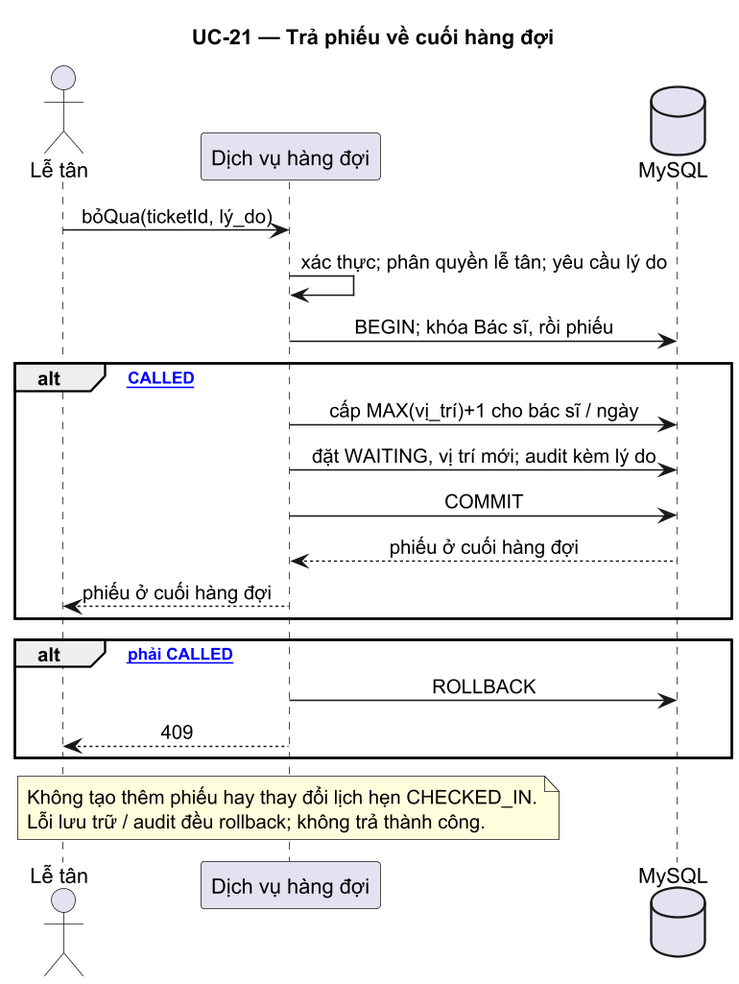
Samie32/SE-project keeps this PlantUML diagram as docs/design/sequence-diagrams/skip-ticket.png. Above is the earlier version.
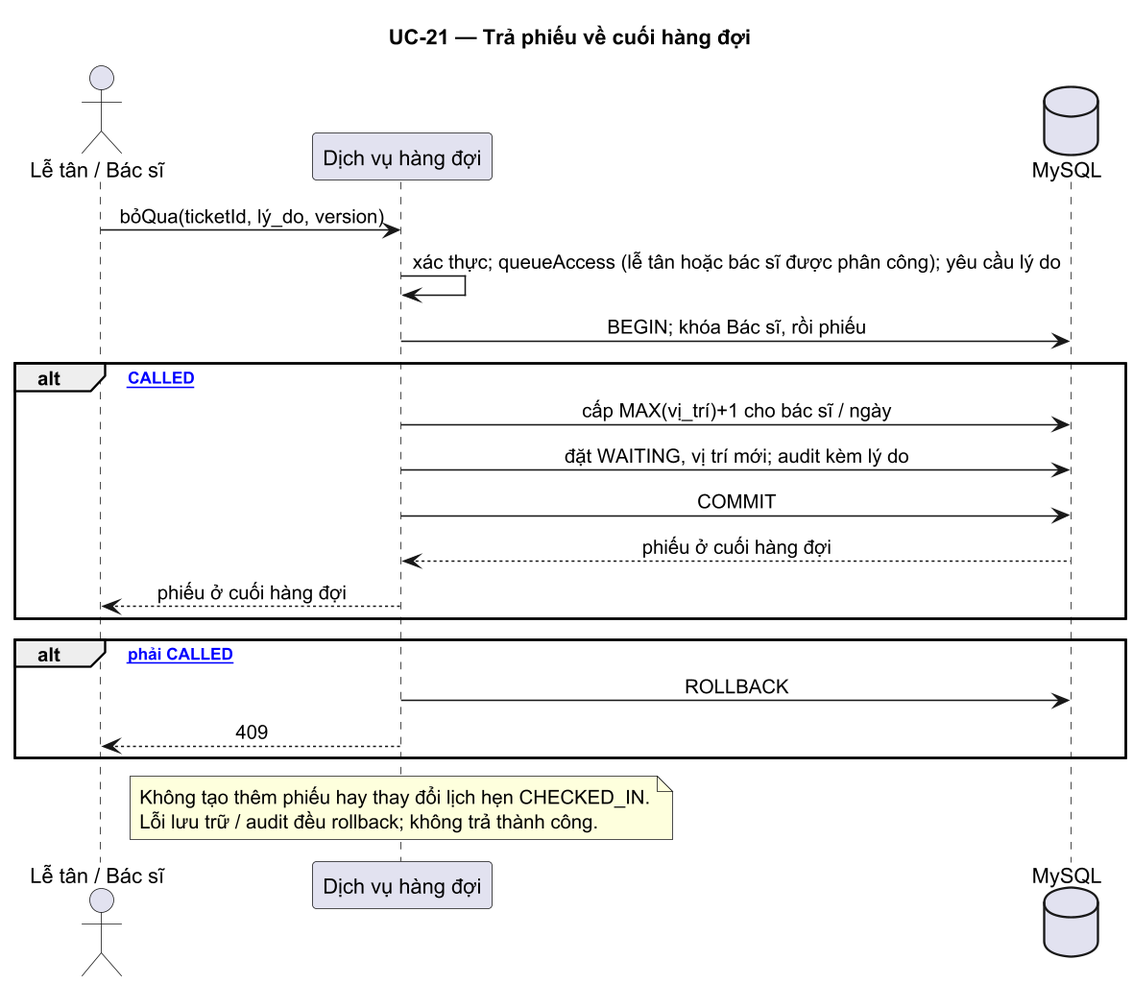
Above is the later version.

What changed in the source:
```diff
@@ -7,12 +7,12 @@
 skinparam BoxPadding 8
 skinparam dpi 150
 
-actor       "Lễ tân"             as R
+actor       "Lễ tân / Bác sĩ"   as R
 participant "Dịch vụ hàng đợi"  as SVC
 database    "MySQL"              as DB
 
-R -> SVC : bỏQua(ticketId, lý_do)
-SVC -> SVC : xác thực; phân quyền lễ tân; yêu cầu lý do
+R -> SVC : bỏQua(ticketId, lý_do, version)
+SVC -> SVC : xác thực; queueAccess (lễ tân hoặc bác sĩ được phân công); yêu cầu lý do
 SVC -> DB : BEGIN; khóa Bác sĩ, rồi phiếu
 
 alt [phiếu CALLED]
```
